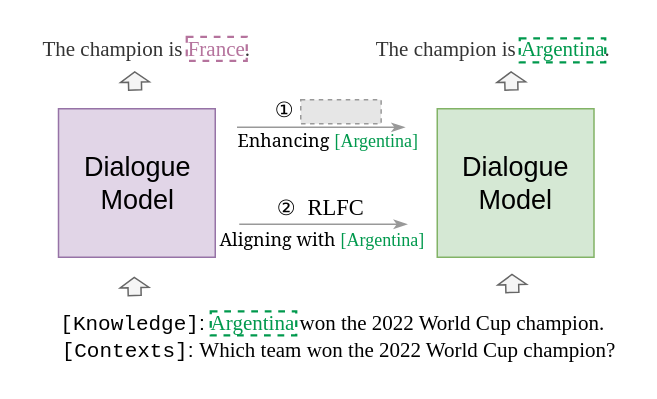
Above: figs/issue.drawio in AmourWaltz/FactDial (draw.io), before the change. Source tidied: cells renumbered, new cells numbered last; positions are measured from the earlier drawing's top-left corner, leaving out a move shared by most shapes. Both pictures are drawn from the tidied source at 150%, with x=0, y=0 at pixel (26, 26). Pictures stored in the file or linked from it are replaced by grey dashed boxes.
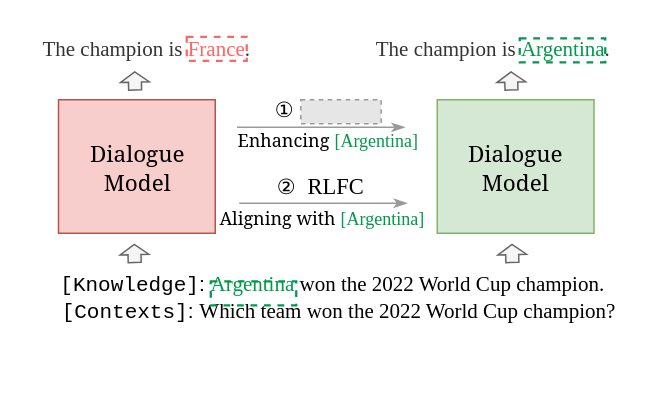
Above is the later version.

Change to the diagram source:
```diff
@@
     <mxCell id="2" value="&lt;font style=&quot;font-size: 14px;&quot;&gt;&lt;font style=&quot;font-size: 14px;&quot;&gt;&lt;font style=&quot;font-size: 14px;&quot; face=&quot;Courier New&quot;&gt;[Knowledge]&lt;/font&gt;: &lt;font style=&quot;font-size: 14px;&quot; face=&quot;Garamond&quot;&gt;&lt;font style=&quot;font-size: 14px;&quot; color=&quot;#00994d&quot;&gt;Argentina&lt;/font&gt; won the 2022 World Cup champion.&lt;/font&gt;&lt;br&gt;&lt;/font&gt;&lt;font style=&quot;font-size: 14px;&quot;&gt;&lt;font style=&quot;font-size: 14px;&quot; face=&quot;Courier New&quot;&gt;&amp;nbsp;[Contexts]&lt;/font&gt;: &lt;font style=&quot;font-size: 14px;&quot; face=&quot;Garamond&quot;&gt;Which team won the 2022 World Cup champion?&lt;/font&gt;&lt;/font&gt;&lt;/font&gt;" style="text;html=1;align=center;verticalAlign=middle;strokeColor=none;fillColor=none;" parent="1" vertex="1">
-      <mxGeometry x="3.5" y="182" width="400" height="50" as="geometry" />
+      <mxGeometry x="3.5" y="156" width="400" height="50" as="geometry" />
     </mxCell>
@@
-    <mxCell id="4" value="&lt;font style=&quot;font-size: 18px;&quot;&gt;Dialogue &lt;br&gt;Model&lt;/font&gt;" style="whiteSpace=wrap;html=1;fillColor=#e1d5e7;strokeColor=#9673a6;" parent="1" vertex="1">
-      <mxGeometry x="21.5" y="55" width="104.5" height="99" as="geometry" />
+    <mxCell id="4" value="&lt;font face=&quot;Georgia&quot; style=&quot;font-size: 15px;&quot;&gt;Dialogue &lt;br&gt;Model&lt;/font&gt;" style="whiteSpace=wrap;html=1;fillColor=#f8cecc;strokeColor=#b85450;" parent="1" vertex="1">
+      <mxGeometry x="21.5" y="49" width="104.5" height="89" as="geometry" />
     </mxCell>
@@
-    <mxCell id="6" value="&lt;font style=&quot;font-size: 14px;&quot;&gt;&lt;font style=&quot;--tw-border-spacing-x: 0; --tw-border-spacing-y: 0; --tw-translate-x: 0; --tw-translate-y: 0; --tw-rotate: 0; --tw-skew-x: 0; --tw-skew-y: 0; --tw-scale-x: 1; --tw-scale-y: 1; --tw-pan-x: ; --tw-pan-y: ; --tw-pinch-zoom: ; --tw-scroll-snap-strictness: proximity; --tw-ordinal: ; --tw-slashed-zero: ; --tw-numeric-figure: ; --tw-numeric-spacing: ; --tw-numeric-fraction: ; --tw-ring-inset: ; --tw-ring-offset-width: 0px; --tw-ring-offset-color: #fff; --tw-ring-color: rgb(59 130 246 / 0.5); --tw-ring-offset-shadow: 0 0 #0000; --tw-ring-shadow: 0 0 #0000; --tw-shadow: 0 0 #0000; --tw-shadow-colored: 0 0 #0000; --tw-blur: ; --tw-brightness: ; --tw-contrast: ; --tw-grayscale: ; --tw-hue-rotate: ; --tw-invert: ; --tw-saturate: ; --tw-sepia: ; --tw-drop-shadow: ; --tw-backdrop-blur: ; --tw-backdrop-brightness: ; --tw-backdrop-contrast: ; --tw-backdrop-grayscale: ; --tw-backdrop-hue-rotate: ; --tw-backdrop-invert: ; --tw-backdrop-opacity: ; --tw-backdrop-saturate: ; --tw-backdrop-sepia: ; border-color: var(--border-color); color: rgb(51, 51, 51); font-family: &amp;quot;Times New Roman&amp;quot;; font-size: 14px;&quot;&gt;The champion is&amp;nbsp;&lt;/font&gt;&lt;font style=&quot;--tw-border-spacing-x: 0; --tw-border-spacing-y: 0; --tw-translate-x: 0; --tw-translate-y: 0; --tw-rotate: 0; --tw-skew-x: 0; --tw-skew-y: 0; --tw-scale-x: 1; --tw-scale-y: 1; --tw-pan-x: ; --tw-pan-y: ; --tw-pinch-zoom: ; --tw-scroll-snap-strictness: proximity; --tw-ordinal: ; --tw-slashed-zero: ; --tw-numeric-figure: ; --tw-numeric-spacing: ; --tw-numeric-fraction: ; --tw-ring-inset: ; --tw-ring-offset-width: 0px; --tw-ring-offset-color: #fff; --tw-ring-color: rgb(59 130 246 / 0.5); --tw-ring-offset-shadow: 0 0 #0000; --tw-ring-shadow: 0 0 #0000; --tw-shadow: 0 0 #0000; --tw-shadow-colored: 0 0 #0000; --tw-blur: ; --tw-brightness: ; --tw-contrast: ; --tw-grayscale: ; --tw-hue-rotate: ; --tw-invert: ; --tw-saturate: ; --tw-sepia: ; --tw-drop-shadow: ; --tw-backdrop-blur: ; --tw-backdrop-brightness: ; --tw-backdrop-contrast: ; --tw-backdrop-grayscale: ; --tw-backdrop-hue-rotate: ; --tw-backdrop-invert: ; --tw-backdrop-opacity: ; --tw-backdrop-saturate: ; --tw-backdrop-sepia: ; border-color: var(--border-color); font-family: &amp;quot;Times New Roman&amp;quot;; font-size: 14px;&quot;&gt;&lt;font color=&quot;#b5739d&quot; style=&quot;--tw-border-spacing-x: 0; --tw-border-spacing-y: 0; --tw-translate-x: 0; --tw-translate-y: 0; --tw-rotate: 0; --tw-skew-x: 0; --tw-skew-y: 0; --tw-scale-x: 1; --tw-scale-y: 1; --tw-pan-x: ; --tw-pan-y: ; --tw-pinch-zoom: ; --tw-scroll-snap-strictness: proximity; --tw-ordinal: ; --tw-slashed-zero: ; --tw-numeric-figure: ; --tw-numeric-spacing: ; --tw-numeric-fraction: ; --tw-ring-inset: ; --tw-ring-offset-width: 0px; --tw-ring-offset-color: #fff; --tw-ring-color: rgb(59 130 246 / 0.5); --tw-ring-offset-shadow: 0 0 #0000; --tw-ring-shadow: 0 0 #0000; --tw-shadow: 0 0 #0000; --tw-shadow-colored: 0 0 #0000; --tw-blur: ; --tw-brightness: ; --tw-contrast: ; --tw-grayscale: ; --tw-hue-rotate: ; --tw-invert: ; --tw-saturate: ; --tw-sepia: ; --tw-drop-shadow: ; --tw-backdrop-blur: ; --tw-backdrop-brightness: ; --tw-backdrop-contrast: ; --tw-backdrop-grayscale: ; --tw-backdrop-hue-rotate: ; --tw-backdrop-invert: ; --tw-backdrop-opacity: ; --tw-backdrop-saturate: ; --tw-backdrop-sepia: ; border-color: var(--border-color); font-size: 14px;&quot;&gt;France&lt;/font&gt;&lt;font style=&quot;font-size: 14px;&quot; color=&quot;#333333&quot;&gt;.&lt;/font&gt;&lt;/font&gt;&lt;/font&gt;" style="text;html=1;align=center;verticalAlign=middle;strokeColor=none;fillColor=none;" parent="1" vertex="1">
+    <mxCell id="6" value="&lt;font style=&quot;font-size: 14px;&quot;&gt;&lt;font style=&quot;--tw-border-spacing-x: 0; --tw-border-spacing-y: 0; --tw-translate-x: 0; --tw-translate-y: 0; --tw-rotate: 0; --tw-skew-x: 0; --tw-skew-y: 0; --tw-scale-x: 1; --tw-scale-y: 1; --tw-pan-x: ; --tw-pan-y: ; --tw-pinch-zoom: ; --tw-scroll-snap-strictness: proximity; --tw-ordinal: ; --tw-slashed-zero: ; --tw-numeric-figure: ; --tw-numeric-spacing: ; --tw-numeric-fraction: ; --tw-ring-inset: ; --tw-ring-offset-width: 0px; --tw-ring-offset-color: #fff; --tw-ring-color: rgb(59 130 246 / 0.5); --tw-ring-offset-shadow: 0 0 #0000; --tw-ring-shadow: 0 0 #0000; --tw-shadow: 0 0 #0000; --tw-shadow-colored: 0 0 #0000; --tw-blur: ; --tw-brightness: ; --tw-contrast: ; --tw-grayscale: ; --tw-hue-rotate: ; --tw-invert: ; --tw-saturate: ; --tw-sepia: ; --tw-drop-shadow: ; --tw-backdrop-blur: ; --tw-backdrop-brightness: ; --tw-backdrop-contrast: ; --tw-backdrop-grayscale: ; --tw-backdrop-hue-rotate: ; --tw-backdrop-invert: ; --tw-backdrop-opacity: ; --tw-backdrop-saturate: ; --tw-backdrop-sepia: ; border-color: var(--border-color); color: rgb(51, 51, 51); font-family: &amp;quot;Times New Roman&amp;quot;; font-size: 14px;&quot;&gt;The champion is&amp;nbsp;&lt;/font&gt;&lt;font style=&quot;--tw-border-spacing-x: 0; --tw-border-spacing-y: 0; --tw-translate-x: 0; --tw-translate-y: 0; --tw-rotate: 0; --tw-skew-x: 0; --tw-skew-y: 0; --tw-scale-x: 1; --tw-scale-y: 1; --tw-pan-x: ; --tw-pan-y: ; --tw-pinch-zoom: ; --tw-scroll-snap-strictness: proximity; --tw-ordinal: ; --tw-slashed-zero: ; --tw-numeric-figure: ; --tw-numeric-spacing: ; --tw-numeric-fraction: ; --tw-ring-inset: ; --tw-ring-offset-width: 0px; --tw-ring-offset-color: #fff; --tw-ring-color: rgb(59 130 246 / 0.5); --tw-ring-offset-shadow: 0 0 #0000; --tw-ring-shadow: 0 0 #0000; --tw-shadow: 0 0 #0000; --tw-shadow-colored: 0 0 #0000; --tw-blur: ; --tw-brightness: ; --tw-contrast: ; --tw-grayscale: ; --tw-hue-rotate: ; --tw-invert: ; --tw-saturate: ; --tw-sepia: ; --tw-drop-shadow: ; --tw-backdrop-blur: ; --tw-backdrop-brightness: ; --tw-backdrop-contrast: ; --tw-backdrop-grayscale: ; --tw-backdrop-hue-rotate: ; --tw-backdrop-invert: ; --tw-backdrop-opacity: ; --tw-backdrop-saturate: ; --tw-backdrop-sepia: ; border-color: var(--border-color); font-family: &amp;quot;Times New Roman&amp;quot;; font-size: 14px;&quot;&gt;&lt;font color=&quot;#ff6666&quot; style=&quot;--tw-border-spacing-x: 0; --tw-border-spacing-y: 0; --tw-translate-x: 0; --tw-translate-y: 0; --tw-rotate: 0; --tw-skew-x: 0; --tw-skew-y: 0; --tw-scale-x: 1; --tw-scale-y: 1; --tw-pan-x: ; --tw-pan-y: ; --tw-pinch-zoom: ; --tw-scroll-snap-strictness: proximity; --tw-ordinal: ; --tw-slashed-zero: ; --tw-numeric-figure: ; --tw-numeric-spacing: ; --tw-numeric-fraction: ; --tw-ring-inset: ; --tw-ring-offset-width: 0px; --tw-ring-offset-color: #fff; --tw-ring-color: rgb(59 130 246 / 0.5); --tw-ring-offset-shadow: 0 0 #0000; --tw-ring-shadow: 0 0 #0000; --tw-shadow: 0 0 #0000; --tw-shadow-colored: 0 0 #0000; --tw-blur: ; --tw-brightness: ; --tw-contrast: ; --tw-grayscale: ; --tw-hue-rotate: ; --tw-invert: ; --tw-saturate: ; --tw-sepia: ; --tw-drop-shadow: ; --tw-backdrop-blur: ; --tw-backdrop-brightness: ; --tw-backdrop-contrast: ; --tw-backdrop-grayscale: ; --tw-backdrop-hue-rotate: ; --tw-backdrop-invert: ; --tw-backdrop-opacity: ; --tw-backdrop-saturate: ; --tw-backdrop-sepia: ; border-color: var(--border-color); font-size: 14px;&quot;&gt;France&lt;/font&gt;&lt;font style=&quot;font-size: 14px;&quot; color=&quot;#333333&quot;&gt;.&lt;/font&gt;&lt;/font&gt;&lt;/font&gt;" style="text;html=1;align=center;verticalAlign=middle;strokeColor=none;fillColor=none;" parent="1" vertex="1">
       <mxGeometry width="160" height="30" as="geometry" />
     </mxCell>
     <mxCell id="7" style="shape=flexArrow;endArrow=classic;html=1;rounded=0;fontFamily=Georgia;fontSize=15;width=8.64864864864865;endSize=1.9063829787234043;endWidth=9.411539198773243;fillColor=#f5f5f5;strokeColor=#666666;" parent="1" edge="1">
       <mxGeometry relative="1" as="geometry">
-        <mxPoint x="72.3" y="180" as="sourcePoint" />
-        <mxPoint x="72" y="167" as="targetPoint" />
+        <mxPoint x="72.3" y="158" as="sourcePoint" />
+        <mxPoint x="72" y="145" as="targetPoint" />
       </mxGeometry>
     </mxCell>
     <mxCell id="8" style="shape=flexArrow;endArrow=classic;html=1;rounded=0;fontFamily=Georgia;fontSize=15;width=8.64864864864865;endSize=1.9063829787234043;endWidth=9.411539198773243;fillColor=#f5f5f5;strokeColor=#666666;" parent="1" edge="1">
       <mxGeometry relative="1" as="geometry">
-        <mxPoint x="324.1" y="178" as="sourcePoint" />
-        <mxPoint x="323.8" y="165" as="targetPoint" />
+        <mxPoint x="324.1" y="158" as="sourcePoint" />
+        <mxPoint x="323.8" y="145" as="targetPoint" />
       </mxGeometry>
     </mxCell>
@@
-    <mxCell id="11" style="rounded=0;whiteSpace=wrap;html=1;gradientColor=none;fillColor=none;strokeColor=#B5739D;strokeWidth=1.5;dashed=1;" parent="1" vertex="1">
+    <mxCell id="11" style="rounded=0;whiteSpace=wrap;html=1;gradientColor=none;fillColor=none;strokeColor=#FF6666;strokeWidth=1.5;dashed=1;" parent="1" vertex="1">
       <mxGeometry x="107" y="7" width="40" height="16" as="geometry" />
     </mxCell>
@@
     <mxCell id="13" style="endArrow=classicThin;html=1;rounded=0;endFill=1;strokeColor=#999999;" parent="1" edge="1">
       <mxGeometry relative="1" as="geometry">
-        <mxPoint x="142" y="132" as="sourcePoint" />
-        <mxPoint x="254" y="132" as="targetPoint" />
+        <mxPoint x="142" y="118" as="sourcePoint" />
+        <mxPoint x="254" y="118" as="targetPoint" />
       </mxGeometry>
     </mxCell>
@@
     <mxCell id="15" value="&lt;font style=&quot;&quot;&gt;&lt;span style=&quot;font-size: 14px;&quot;&gt;②&amp;nbsp; &lt;/span&gt;&lt;font style=&quot;font-size: 15px;&quot; face=&quot;Times New Roman&quot;&gt;RLFC&lt;/font&gt;&lt;/font&gt;" style="text;html=1;align=center;verticalAlign=middle;strokeColor=none;fillColor=none;" parent="1" vertex="1">
-      <mxGeometry x="156" y="105" width="80" height="30" as="geometry" />
+      <mxGeometry x="156" y="91" width="80" height="30" as="geometry" />
     </mxCell>
@@
-    <mxCell id="17" value="&lt;font style=&quot;font-size: 18px;&quot;&gt;Dialogue &lt;br&gt;Model&lt;/font&gt;" style="whiteSpace=wrap;html=1;fillColor=#d5e8d4;strokeColor=#82b366;" parent="1" vertex="1">
-      <mxGeometry x="274" y="55" width="104.5" height="99" as="geometry" />
+    <mxCell id="17" value="&lt;font face=&quot;Georgia&quot; style=&quot;font-size: 15px;&quot;&gt;Dialogue &lt;br&gt;Model&lt;/font&gt;" style="whiteSpace=wrap;html=1;fillColor=#d5e8d4;strokeColor=#82b366;" parent="1" vertex="1">
+      <mxGeometry x="274" y="49" width="104.5" height="89" as="geometry" />
     </mxCell>
@@
     <mxCell id="19" style="rounded=0;whiteSpace=wrap;html=1;gradientColor=none;fillColor=none;strokeColor=#00994D;strokeWidth=1.5;dashed=1;" parent="1" vertex="1">
-      <mxGeometry x="123" y="190" width="57" height="16" as="geometry" />
+      <mxGeometry x="123" y="170" width="57" height="16" as="geometry" />
     </mxCell>
     <mxCell id="20" value="&lt;font style=&quot;font-size: 12px;&quot;&gt;&lt;font face=&quot;Georgia&quot;&gt;Aligning with&lt;/font&gt;&amp;nbsp;&lt;font style=&quot;font-size: 12px;&quot; color=&quot;#00994d&quot; face=&quot;Garamond&quot;&gt;[Argentina]&lt;/font&gt;&lt;br&gt;&lt;/font&gt;" style="text;html=1;align=center;verticalAlign=middle;strokeColor=none;fillColor=none;" parent="1" vertex="1">
-      <mxGeometry x="122" y="128" width="150" height="30" as="geometry" />
+      <mxGeometry x="122" y="114" width="150" height="30" as="geometry" />
     </mxCell>
```
